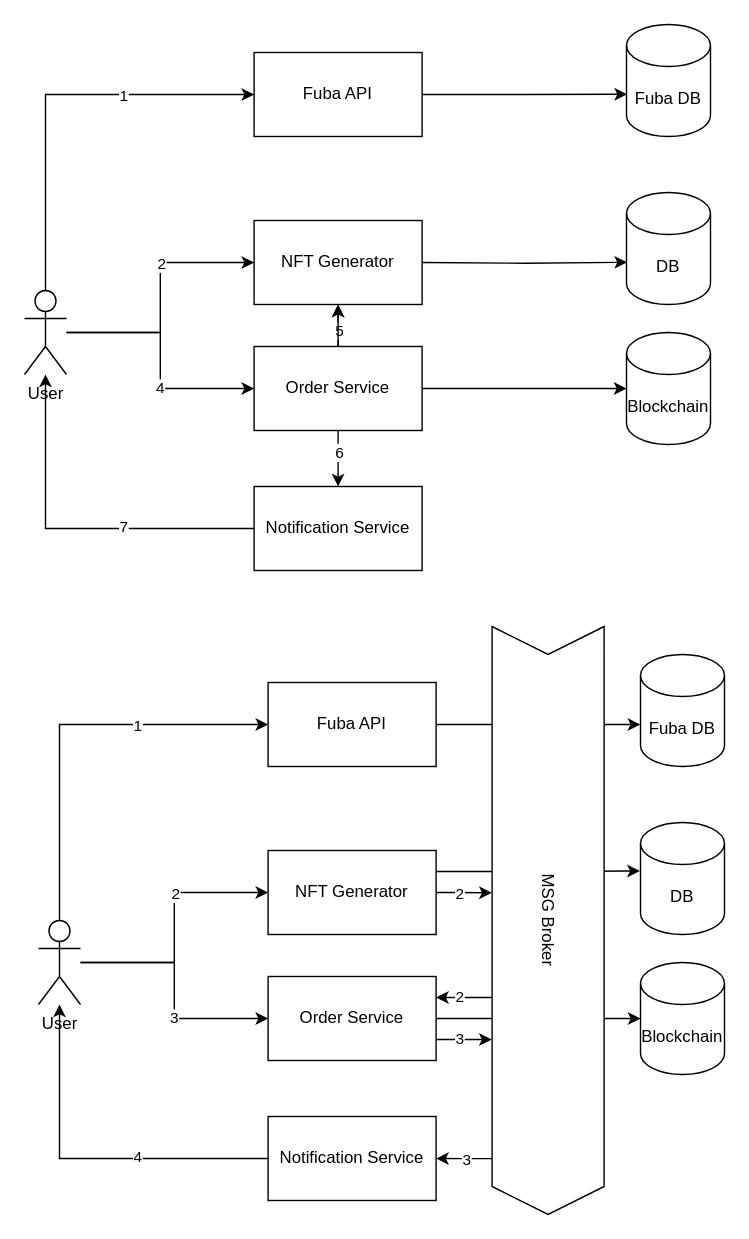
vhWue/FWPM_Docker keeps this draw.io diagram as ProjectServices.drawio. Above is the earlier version. Source tidied: cells renumbered, new cells numbered last; positions are measured from the earlier drawing's top-left corner, leaving out a move shared by most shapes. Both pictures are drawn from the tidied source at 140%, with x=0, y=0 at pixel (24, 24).
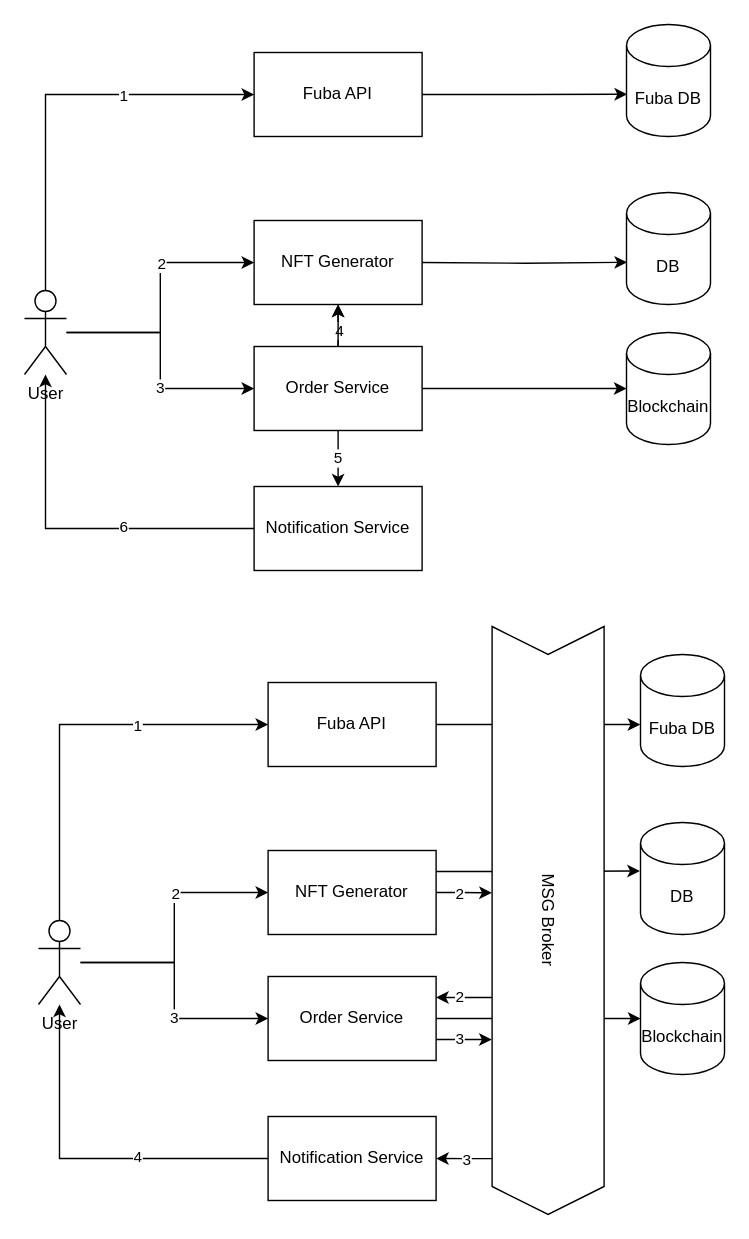
The same diagram, later.

Commit message:
updated order execution order in synch diagram

The change refers to these unchanged cells:
```xml
<mxCell id="4" style="edgeStyle=orthogonalEdgeStyle;rounded=0;jettySize=auto;html=1;entryX=0;entryY=0.5;entryDx=0;entryDy=0;" parent="1" edge="1" source="6" target="14">
  <mxGeometry relative="1" as="geometry" />
</mxCell>
<mxCell id="9" style="edgeStyle=orthogonalEdgeStyle;rounded=0;jettySize=auto;html=1;exitX=0.5;exitY=0;exitDx=0;exitDy=0;entryX=0.5;entryY=1;entryDx=0;entryDy=0;" parent="1" edge="1" source="14" target="8">
  <mxGeometry relative="1" as="geometry" />
</mxCell>
<mxCell id="14" value="Order Service" style="rounded=0;whiteSpace=wrap;html=1;" parent="1" vertex="1">
  <mxGeometry x="164" y="230" width="120" height="60" as="geometry" />
</mxCell>
<mxCell id="15" style="edgeStyle=orthogonalEdgeStyle;rounded=0;jettySize=auto;html=1;exitX=0;exitY=0.5;exitDx=0;exitDy=0;" parent="1" edge="1" source="17" target="6">
  <mxGeometry relative="1" as="geometry" />
</mxCell>
<mxCell id="17" value="Notification Service" style="rounded=0;whiteSpace=wrap;html=1;" parent="1" vertex="1">
  <mxGeometry x="164" y="330" width="120" height="60" as="geometry" />
</mxCell>
```

The edit, as a diff of the source:
```diff
@@
-    <mxCell id="5" value="4" style="edgeLabel;html=1;align=center;verticalAlign=middle;" parent="4" vertex="1">
+    <mxCell id="5" value="3" style="edgeLabel;html=1;align=center;verticalAlign=middle;" parent="4" vertex="1">
       <mxGeometry x="0.22" y="-1" relative="1" as="geometry" />
     </mxCell>
@@
-    <mxCell id="10" value="5" style="edgeLabel;html=1;align=center;verticalAlign=middle;" parent="9" vertex="1">
+    <mxCell id="10" value="4" style="edgeLabel;html=1;align=center;verticalAlign=middle;" parent="9" vertex="1">
       <mxGeometry x="-0.21" relative="1" as="geometry" />
     </mxCell>
-    <mxCell id="11" style="edgeStyle=orthogonalEdgeStyle;rounded=0;jettySize=auto;html=1;exitX=0.5;exitY=1;exitDx=0;exitDy=0;" parent="1" edge="1" source="14" target="17">
+    <mxCell id="11" value="5" style="edgeStyle=orthogonalEdgeStyle;rounded=0;jettySize=auto;html=1;exitX=0.5;exitY=1;exitDx=0;exitDy=0;" parent="1" edge="1" source="14" target="17">
       <mxGeometry relative="1" as="geometry" />
     </mxCell>
-    <mxCell id="12" value="6" style="edgeLabel;html=1;align=center;verticalAlign=middle;" parent="11" vertex="1">
-      <mxGeometry x="-0.25" relative="1" as="geometry" />
-    </mxCell>
@@
-    <mxCell id="16" value="7" style="edgeLabel;html=1;align=center;verticalAlign=middle;" parent="15" vertex="1">
+    <mxCell id="16" value="6" style="edgeLabel;html=1;align=center;verticalAlign=middle;" parent="15" vertex="1">
       <mxGeometry x="-0.13" y="-2" relative="1" as="geometry">
         <mxPoint x="19" as="offset" />
       </mxGeometry>
     </mxCell>
```
